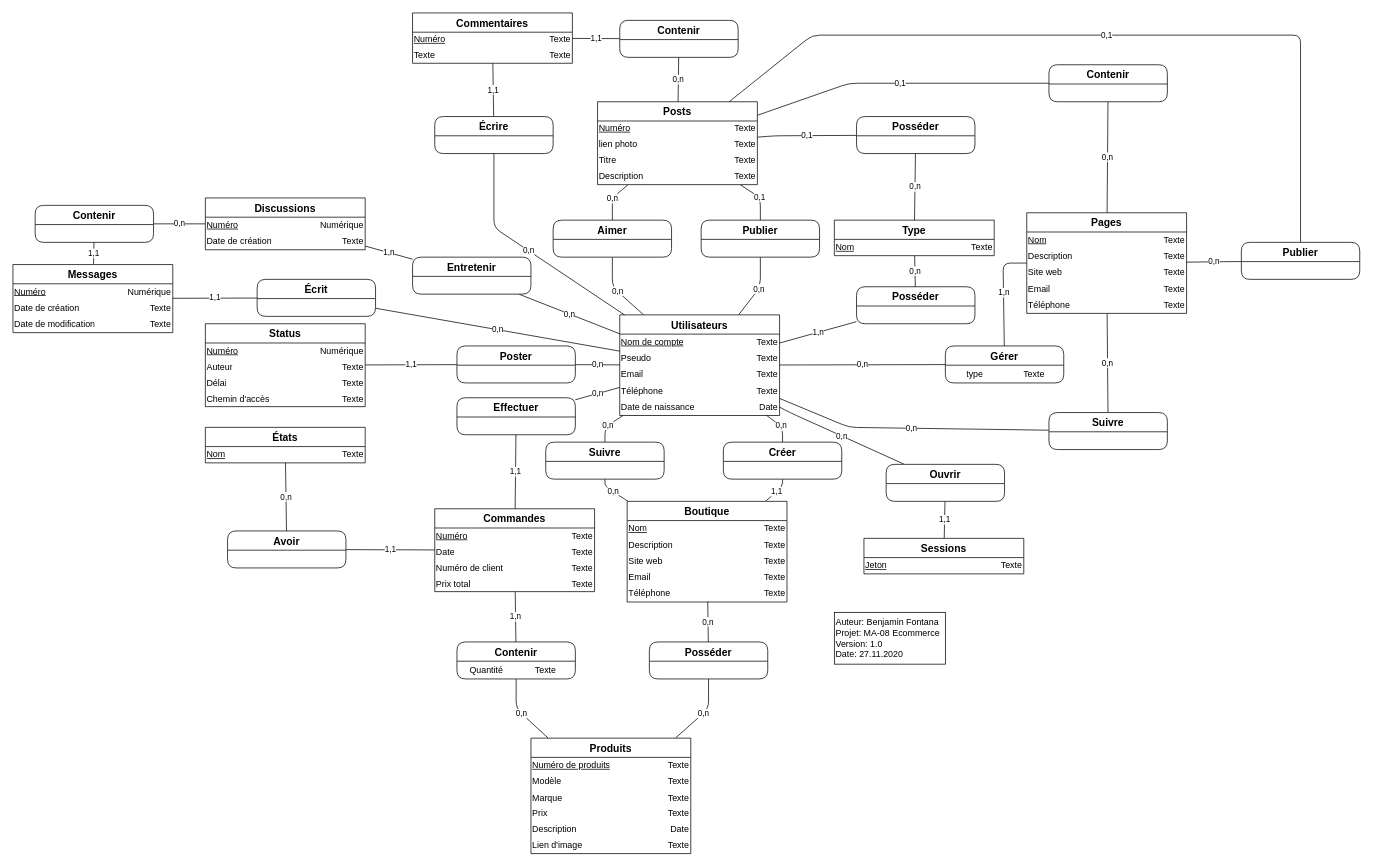
Before: MCD RS.drawio in R0kkxSynetique/MA-08-Modele_ReseauSocial, a draw.io diagram. Source tidied: cells renumbered, new cells numbered last; positions are measured from the earlier drawing's top-left corner, leaving out a move shared by most shapes. Both pictures are drawn from the tidied source at 74%, with x=0, y=0 at pixel (13, 13).
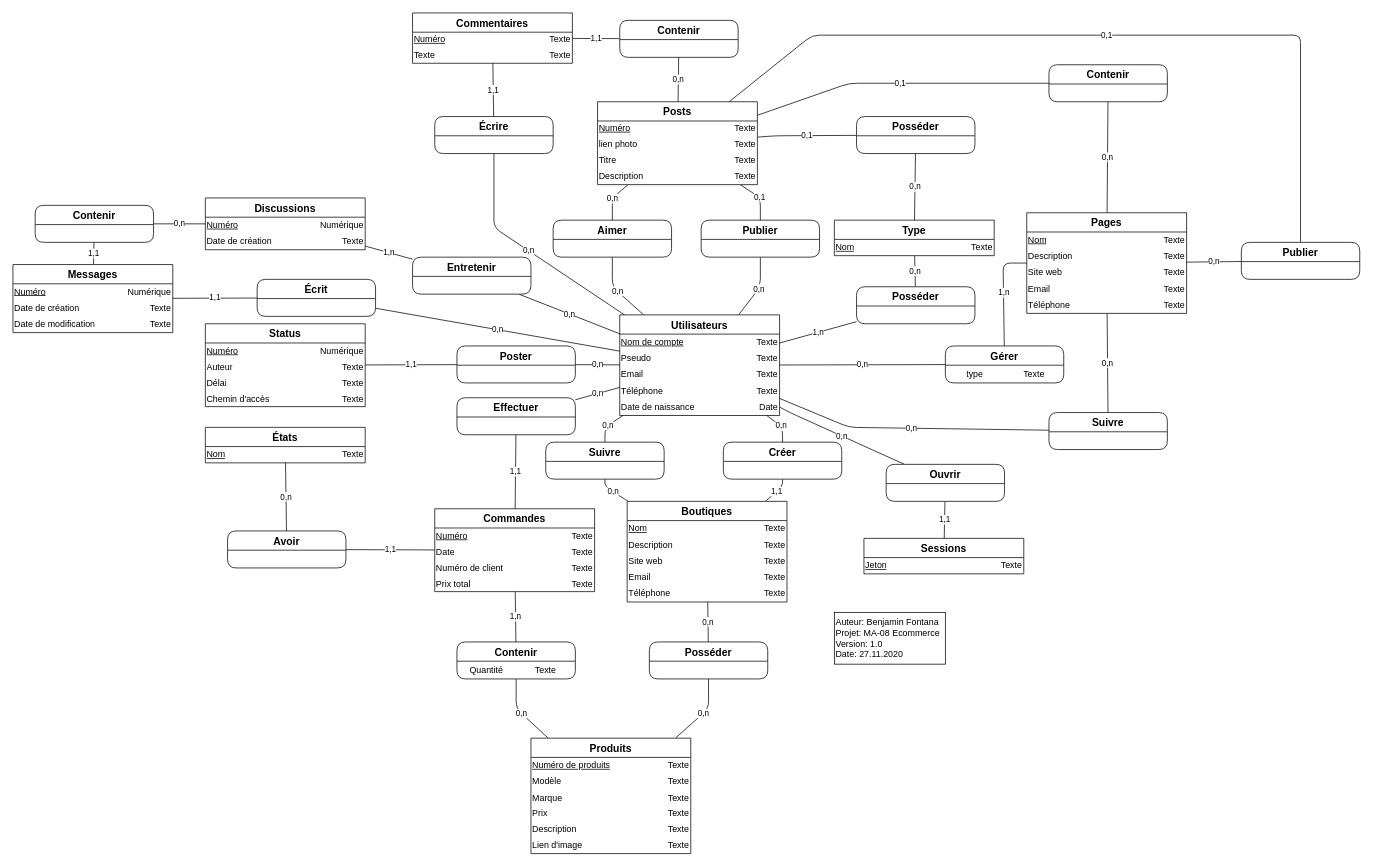
After the change.

The change refers to these unchanged cells:
```xml
<mxCell id="75" style="shape=partialRectangle;html=1;whiteSpace=wrap;fillColor=none;top=0;left=0;bottom=0;right=0;" parent="62" vertex="1">
  <mxGeometry y="86" width="216" height="22" as="geometry" />
</mxCell>
```

Diff of the diagram source:
```diff
@@
-    <mxCell id="77" value="Date" style="shape=partialRectangle;html=1;whiteSpace=wrap;fillColor=none;top=0;left=0;bottom=0;right=0;overflow=hidden;align=right;" parent="75" vertex="1">
+    <mxCell id="77" value="Texte" style="shape=partialRectangle;html=1;whiteSpace=wrap;fillColor=none;top=0;left=0;bottom=0;right=0;overflow=hidden;align=right;" parent="75" vertex="1">
       <mxGeometry x="110" width="106" height="22" as="geometry" />
     </mxCell>
@@
-    <mxCell id="220" value="Boutique" style="swimlane;fontStyle=1;horizontal=1;startSize=26;align=center;fontSize=14;rounded=0;swimlaneFillColor=#ffffff;" parent="1" vertex="1">
+    <mxCell id="220" value="Boutiques" style="swimlane;fontStyle=1;horizontal=1;startSize=26;align=center;fontSize=14;rounded=0;swimlaneFillColor=#ffffff;" parent="1" vertex="1">
       <mxGeometry x="830" y="660" width="216" height="136" as="geometry" />
     </mxCell>
```
